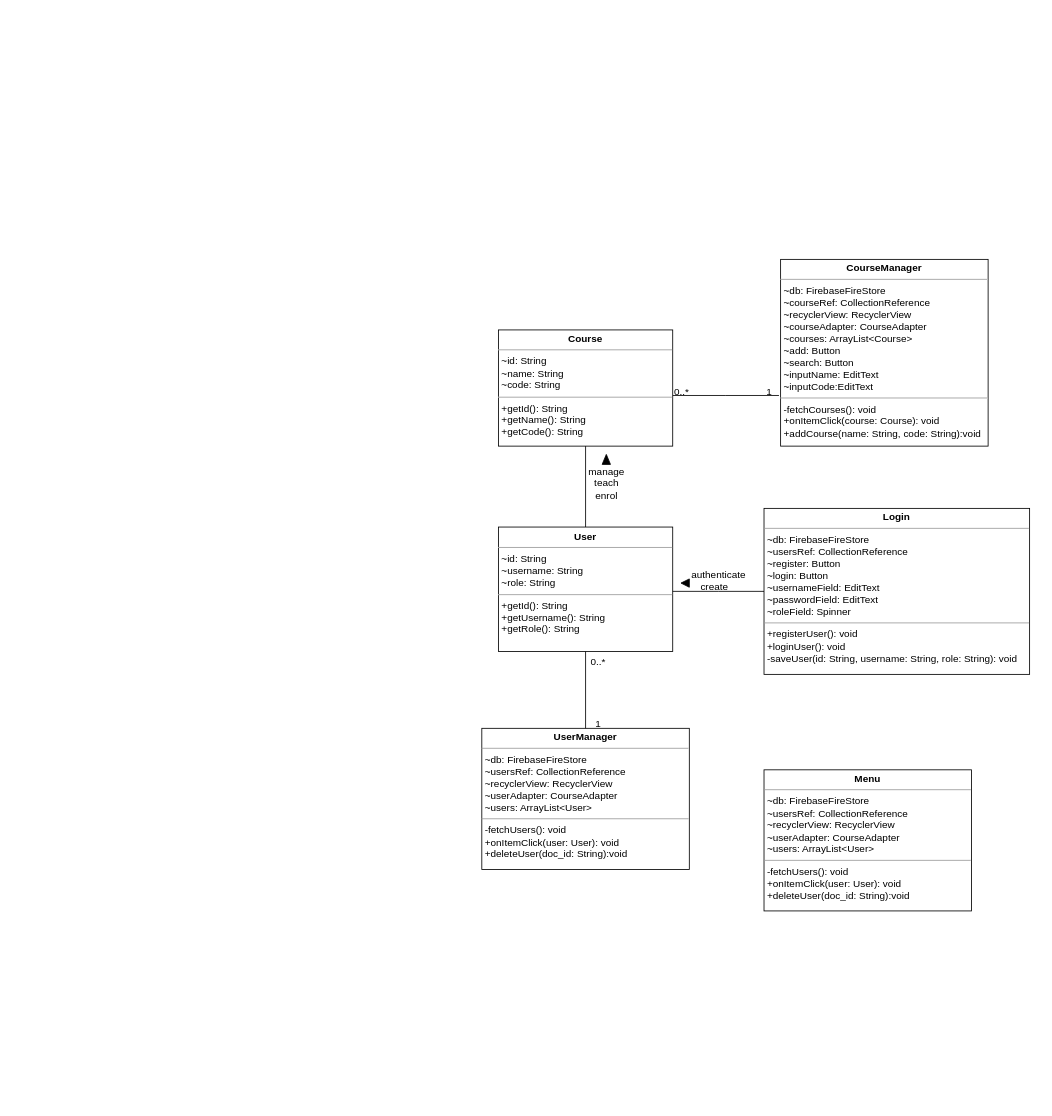
Above: UML_diagram.drawio in Lilydahamna/SEG3103_project (draw.io), before the change. Source tidied: cells renumbered, new cells numbered last; positions are measured from the earlier drawing's top-left corner, leaving out a move shared by most shapes. Both pictures are drawn from the tidied source at 83%, with x=0, y=0 at pixel (481, 259).
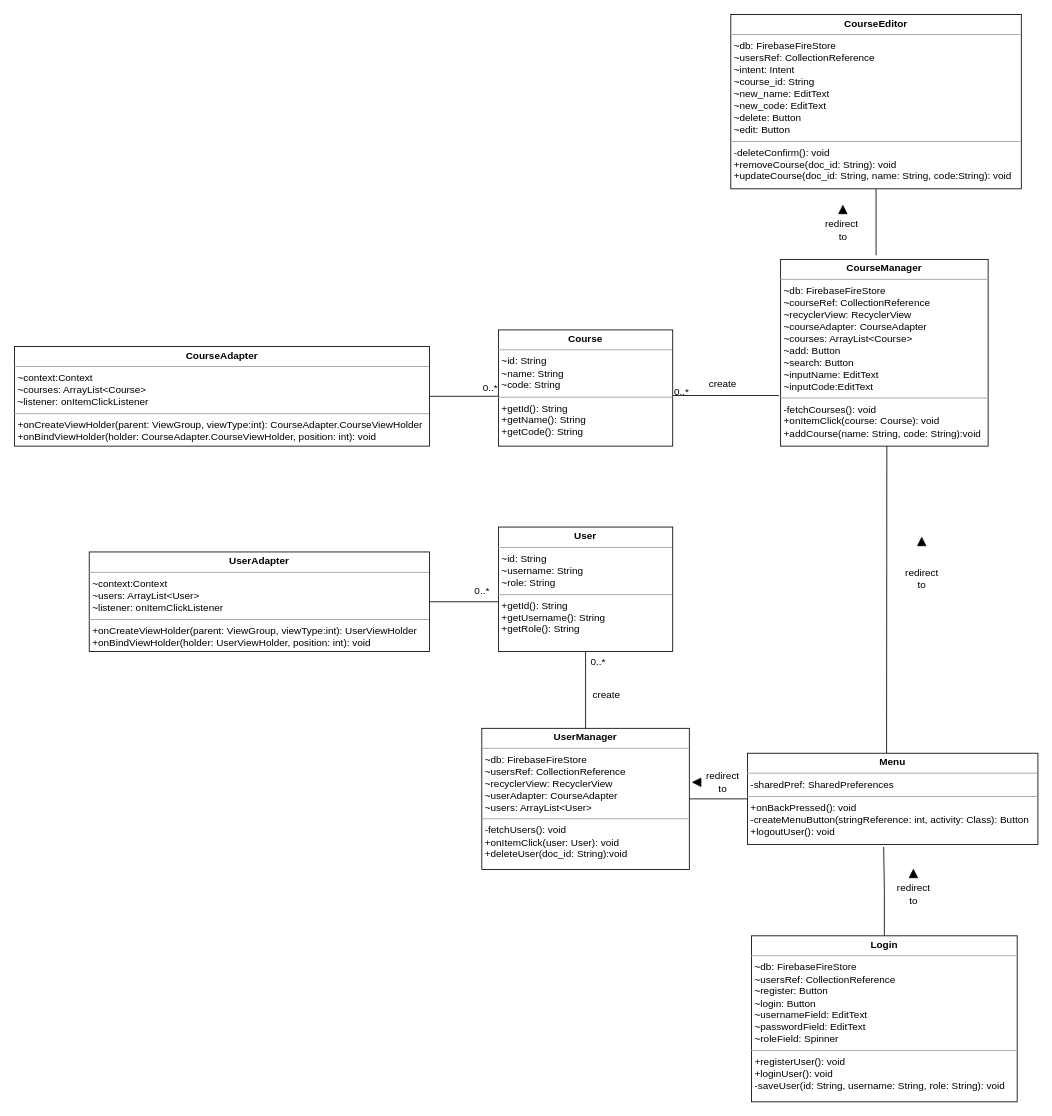
Above is the later version.

Commit message:
uml diagram modifications

Unchanged cells that the change refers to:
```xml
<mxCell id="2" style="endArrow=none;shadow=0;strokeWidth=1;rounded=0;endFill=0;edgeStyle=elbowEdgeStyle;elbow=vertical;strokeColor=default;" parent="1" edge="1">
  <mxGeometry x="0.5" y="41" relative="1" as="geometry">
    <mxPoint x="230" y="164" as="sourcePoint" />
    <mxPoint x="358" y="164" as="targetPoint" />
    <mxPoint x="-40" y="32" as="offset" />
  </mxGeometry>
</mxCell>
<mxCell id="5" value="&lt;p style=&quot;margin:0px;margin-top:4px;text-align:center;&quot;&gt;&lt;b&gt;Course&lt;/b&gt;&lt;/p&gt;&lt;hr size=&quot;1&quot;&gt;&lt;p style=&quot;margin:0px;margin-left:4px;&quot;&gt;~id: String&lt;/p&gt;&lt;p style=&quot;margin:0px;margin-left:4px;&quot;&gt;&lt;span style=&quot;background-color: initial;&quot;&gt;~name: String&lt;/span&gt;&lt;/p&gt;&lt;p style=&quot;margin:0px;margin-left:4px;&quot;&gt;&lt;span style=&quot;background-color: initial;&quot;&gt;~code: String&amp;nbsp;&lt;/span&gt;&lt;/p&gt;&lt;hr size=&quot;1&quot;&gt;&lt;p style=&quot;margin:0px;margin-left:4px;&quot;&gt;+getId(): String&lt;/p&gt;&lt;p style=&quot;margin:0px;margin-left:4px;&quot;&gt;+getName(): String&lt;/p&gt;&lt;p style=&quot;margin:0px;margin-left:4px;&quot;&gt;+getCode(): String&lt;/p&gt;&lt;p style=&quot;margin:0px;margin-left:4px;&quot;&gt;&lt;br&gt;&lt;/p&gt;&lt;p style=&quot;margin:0px;margin-left:4px;&quot;&gt;&lt;br&gt;&lt;/p&gt;" style="verticalAlign=top;align=left;overflow=fill;fontSize=12;fontFamily=Helvetica;html=1;" parent="1" vertex="1">
  <mxGeometry x="20" y="85" width="210" height="140" as="geometry" />
</mxCell>
<mxCell id="7" value="&lt;p style=&quot;margin:0px;margin-top:4px;text-align:center;&quot;&gt;&lt;b&gt;User&lt;/b&gt;&lt;/p&gt;&lt;hr size=&quot;1&quot;&gt;&lt;p style=&quot;margin:0px;margin-left:4px;&quot;&gt;~id: String&lt;/p&gt;&lt;p style=&quot;margin:0px;margin-left:4px;&quot;&gt;&lt;span style=&quot;background-color: initial;&quot;&gt;~username: String&lt;/span&gt;&lt;/p&gt;&lt;p style=&quot;margin:0px;margin-left:4px;&quot;&gt;&lt;span style=&quot;background-color: initial;&quot;&gt;~role: String&amp;nbsp;&lt;/span&gt;&lt;/p&gt;&lt;hr size=&quot;1&quot;&gt;&lt;p style=&quot;margin:0px;margin-left:4px;&quot;&gt;+getId(): String&lt;/p&gt;&lt;p style=&quot;margin:0px;margin-left:4px;&quot;&gt;+getUsername(): String&lt;/p&gt;&lt;p style=&quot;margin:0px;margin-left:4px;&quot;&gt;+getRole(): String&lt;/p&gt;&lt;p style=&quot;margin:0px;margin-left:4px;&quot;&gt;&lt;br&gt;&lt;/p&gt;&lt;p style=&quot;margin:0px;margin-left:4px;&quot;&gt;&lt;br&gt;&lt;/p&gt;" style="verticalAlign=top;align=left;overflow=fill;fontSize=12;fontFamily=Helvetica;html=1;" parent="1" vertex="1">
  <mxGeometry x="20" y="322.5" width="210" height="150" as="geometry" />
</mxCell>
<mxCell id="9" value="&lt;p style=&quot;margin:0px;margin-top:4px;text-align:center;&quot;&gt;&lt;b&gt;UserManager&lt;/b&gt;&lt;/p&gt;&lt;hr size=&quot;1&quot;&gt;&lt;p style=&quot;margin:0px;margin-left:4px;&quot;&gt;~db: FirebaseFireStore&lt;/p&gt;&lt;p style=&quot;margin:0px;margin-left:4px;&quot;&gt;~usersRef: CollectionReference&lt;/p&gt;&lt;p style=&quot;margin:0px;margin-left:4px;&quot;&gt;~recyclerView: RecyclerView&lt;/p&gt;&lt;p style=&quot;margin:0px;margin-left:4px;&quot;&gt;~userAdapter: CourseAdapter&lt;/p&gt;&lt;p style=&quot;margin:0px;margin-left:4px;&quot;&gt;~users: ArrayList&amp;lt;User&amp;gt;&lt;/p&gt;&lt;hr size=&quot;1&quot;&gt;&lt;p style=&quot;margin:0px;margin-left:4px;&quot;&gt;-fetchUsers(): void&lt;/p&gt;&lt;p style=&quot;margin:0px;margin-left:4px;&quot;&gt;+onItemClick(user: User): void&lt;/p&gt;&lt;p style=&quot;margin:0px;margin-left:4px;&quot;&gt;+deleteUser(doc_id: String):void&lt;/p&gt;" style="verticalAlign=top;align=left;overflow=fill;fontSize=12;fontFamily=Helvetica;html=1;" parent="1" vertex="1">
  <mxGeometry y="565" width="250" height="170" as="geometry" />
</mxCell>
```

What changed in the source:
```diff
@@
-    <mxCell id="4" value="1" style="align=right;verticalAlign=bottom;labelBackgroundColor=none;fontSize=12;" parent="2" vertex="1">
+    <mxCell id="4" style="align=right;verticalAlign=bottom;labelBackgroundColor=none;fontSize=12;" parent="2" vertex="1">
       <mxGeometry x="1" relative="1" as="geometry">
         <mxPoint x="-7" y="4" as="offset" />
       </mxGeometry>
     </mxCell>
@@
-    <mxCell id="6" style="edgeStyle=orthogonalEdgeStyle;rounded=0;jettySize=auto;html=1;entryX=0.5;entryY=1;entryDx=0;entryDy=0;endArrow=none;endFill=0;" parent="1" edge="1" source="7" target="5">
-      <mxGeometry relative="1" as="geometry" />
-    </mxCell>
@@
-    <mxCell id="12" value="1" style="text;html=1;align=center;verticalAlign=middle;strokeColor=none;fillColor=none;" parent="1" vertex="1">
-      <mxGeometry x="125" y="545" width="30" height="30" as="geometry" />
-    </mxCell>
-    <mxCell id="13" style="edgeStyle=orthogonalEdgeStyle;rounded=0;jettySize=auto;html=1;endArrow=none;endFill=0;" parent="1" edge="1" source="14">
-      <mxGeometry relative="1" as="geometry">
-        <mxPoint x="230" y="400" as="targetPoint" />
-      </mxGeometry>
-    </mxCell>
+    <mxCell id="18" style="endArrow=classic;html=1;rounded=0;strokeColor=none;" parent="1" edge="1">
+      <mxGeometry relative="1" as="geometry">
+        <mxPoint x="290" y="315" as="sourcePoint" />
+        <mxPoint x="290" y="235" as="targetPoint" />
+      </mxGeometry>
+    </mxCell>
+    <mxCell id="22" style="edgeStyle=orthogonalEdgeStyle;rounded=0;jettySize=auto;html=1;entryX=1;entryY=0.5;entryDx=0;entryDy=0;strokeColor=#000000;endArrow=none;endFill=0;" parent="1" edge="1" source="21" target="9">
+      <mxGeometry relative="1" as="geometry" />
+    </mxCell>
+    <mxCell id="21" value="&lt;p style=&quot;margin:0px;margin-top:4px;text-align:center;&quot;&gt;&lt;b&gt;Menu&lt;/b&gt;&lt;/p&gt;&lt;hr size=&quot;1&quot;&gt;&lt;p style=&quot;margin:0px;margin-left:4px;&quot;&gt;-sharedPref: SharedPreferences&lt;/p&gt;&lt;hr size=&quot;1&quot;&gt;&lt;p style=&quot;margin:0px;margin-left:4px;&quot;&gt;+onBackPressed(): void&lt;/p&gt;&lt;p style=&quot;margin:0px;margin-left:4px;&quot;&gt;-createMenuButton(stringReference: int, activity: Class): Button&lt;/p&gt;&lt;p style=&quot;margin:0px;margin-left:4px;&quot;&gt;+logoutUser(): void&lt;/p&gt;" style="verticalAlign=top;align=left;overflow=fill;fontSize=12;fontFamily=Helvetica;html=1;" parent="1" vertex="1">
+      <mxGeometry x="320" y="595" width="350" height="110" as="geometry" />
+    </mxCell>
+    <mxCell id="23" value="redirect&lt;br&gt;to" style="text;html=1;align=center;verticalAlign=middle;strokeColor=none;fillColor=none;" parent="1" vertex="1">
+      <mxGeometry x="260" y="610" width="60" height="40" as="geometry" />
+    </mxCell>
+    <mxCell id="24" style="triangle;whiteSpace=wrap;html=1;direction=west;fillColor=#000000;" parent="1" vertex="1">
+      <mxGeometry x="254" y="625" width="10" height="10" as="geometry" />
+    </mxCell>
+    <mxCell id="25" style="edgeStyle=orthogonalEdgeStyle;rounded=0;jettySize=auto;html=1;strokeColor=#000000;endArrow=none;endFill=0;" parent="1" edge="1" source="26">
+      <mxGeometry relative="1" as="geometry">
+        <mxPoint x="475" y="-5" as="targetPoint" />
+      </mxGeometry>
+    </mxCell>
+    <mxCell id="26" value="&lt;p style=&quot;margin:0px;margin-top:4px;text-align:center;&quot;&gt;&lt;b&gt;CourseEditor&lt;/b&gt;&lt;/p&gt;&lt;hr size=&quot;1&quot;&gt;&lt;p style=&quot;margin:0px;margin-left:4px;&quot;&gt;~db: FirebaseFireStore&lt;/p&gt;&lt;p style=&quot;margin:0px;margin-left:4px;&quot;&gt;~usersRef: CollectionReference&lt;/p&gt;&lt;p style=&quot;margin:0px;margin-left:4px;&quot;&gt;~intent: Intent&lt;/p&gt;&lt;p style=&quot;margin:0px;margin-left:4px;&quot;&gt;~course_id: String&lt;/p&gt;&lt;p style=&quot;margin:0px;margin-left:4px;&quot;&gt;~new_name: EditText&lt;/p&gt;&lt;p style=&quot;margin:0px;margin-left:4px;&quot;&gt;~new_code: EditText&lt;/p&gt;&lt;p style=&quot;margin:0px;margin-left:4px;&quot;&gt;~delete: Button&lt;/p&gt;&lt;p style=&quot;margin:0px;margin-left:4px;&quot;&gt;~edit: Button&lt;/p&gt;&lt;hr size=&quot;1&quot;&gt;&lt;p style=&quot;margin:0px;margin-left:4px;&quot;&gt;-deleteConfirm(): void&lt;/p&gt;&lt;p style=&quot;margin:0px;margin-left:4px;&quot;&gt;+removeCourse(doc_id: String): void&lt;/p&gt;&lt;p style=&quot;margin:0px;margin-left:4px;&quot;&gt;+updateCourse(doc_id: String, name: String, code:String): void&lt;/p&gt;" style="verticalAlign=top;align=left;overflow=fill;fontSize=12;fontFamily=Helvetica;html=1;" parent="1" vertex="1">
+      <mxGeometry x="300" y="-295" width="350" height="210" as="geometry" />
+    </mxCell>
+    <mxCell id="27" style="edgeStyle=orthogonalEdgeStyle;rounded=0;jettySize=auto;html=1;entryX=0;entryY=0.571;entryDx=0;entryDy=0;entryPerimeter=0;strokeColor=#000000;endArrow=none;endFill=0;" parent="1" edge="1" source="28" target="5">
+      <mxGeometry relative="1" as="geometry" />
+    </mxCell>
+    <mxCell id="28" value="&lt;p style=&quot;margin:0px;margin-top:4px;text-align:center;&quot;&gt;&lt;b&gt;CourseAdapter&lt;/b&gt;&lt;/p&gt;&lt;hr size=&quot;1&quot;&gt;&lt;p style=&quot;margin:0px;margin-left:4px;&quot;&gt;~context:Context&lt;/p&gt;&lt;p style=&quot;margin:0px;margin-left:4px;&quot;&gt;~courses: ArrayList&amp;lt;Course&amp;gt;&lt;/p&gt;&lt;p style=&quot;margin:0px;margin-left:4px;&quot;&gt;~listener: onItemClickListener&lt;/p&gt;&lt;hr size=&quot;1&quot;&gt;&lt;p style=&quot;margin:0px;margin-left:4px;&quot;&gt;+onCreateViewHolder(parent: ViewGroup, viewType:int): CourseAdapter.CourseViewHolder&lt;/p&gt;&lt;p style=&quot;margin:0px;margin-left:4px;&quot;&gt;+onBindViewHolder(holder: CourseAdapter.CourseViewHolder, position: int): void&lt;/p&gt;" style="verticalAlign=top;align=left;overflow=fill;fontSize=12;fontFamily=Helvetica;html=1;" parent="1" vertex="1">
+      <mxGeometry x="-563" y="105" width="500" height="120" as="geometry" />
+    </mxCell>
+    <mxCell id="29" style="edgeStyle=orthogonalEdgeStyle;rounded=0;jettySize=auto;html=1;entryX=0;entryY=0.6;entryDx=0;entryDy=0;entryPerimeter=0;strokeColor=#000000;endArrow=none;endFill=0;" parent="1" edge="1" source="30" target="7">
+      <mxGeometry relative="1" as="geometry" />
+    </mxCell>
+    <mxCell id="30" value="&lt;p style=&quot;margin:0px;margin-top:4px;text-align:center;&quot;&gt;&lt;b&gt;UserAdapter&lt;/b&gt;&lt;/p&gt;&lt;hr size=&quot;1&quot;&gt;&lt;p style=&quot;margin:0px;margin-left:4px;&quot;&gt;~context:Context&lt;/p&gt;&lt;p style=&quot;margin:0px;margin-left:4px;&quot;&gt;~users: ArrayList&amp;lt;User&amp;gt;&lt;/p&gt;&lt;p style=&quot;margin:0px;margin-left:4px;&quot;&gt;~listener: onItemClickListener&lt;/p&gt;&lt;hr size=&quot;1&quot;&gt;&lt;p style=&quot;margin:0px;margin-left:4px;&quot;&gt;+onCreateViewHolder(parent: ViewGroup, viewType:int): UserViewHolder&lt;/p&gt;&lt;p style=&quot;margin:0px;margin-left:4px;&quot;&gt;+onBindViewHolder(holder: UserViewHolder, position: int): void&lt;/p&gt;" style="verticalAlign=top;align=left;overflow=fill;fontSize=12;fontFamily=Helvetica;html=1;" parent="1" vertex="1">
+      <mxGeometry x="-473" y="352.5" width="410" height="120" as="geometry" />
+    </mxCell>
+    <mxCell id="31" value="redirect&amp;nbsp;&lt;br&gt;to" style="text;html=1;align=center;verticalAlign=middle;strokeColor=none;fillColor=none;" parent="1" vertex="1">
+      <mxGeometry x="400" y="-55" width="70" height="40" as="geometry" />
+    </mxCell>
+    <mxCell id="32" style="triangle;whiteSpace=wrap;html=1;direction=north;fillColor=#000000;" parent="1" vertex="1">
+      <mxGeometry x="430" y="-65" width="10" height="10" as="geometry" />
+    </mxCell>
+    <mxCell id="33" style="edgeStyle=orthogonalEdgeStyle;rounded=0;jettySize=auto;html=1;entryX=0.469;entryY=1.026;entryDx=0;entryDy=0;entryPerimeter=0;strokeColor=#000000;endArrow=none;endFill=0;" parent="1" edge="1" source="14" target="21">
+      <mxGeometry relative="1" as="geometry" />
+    </mxCell>
     <mxCell id="14" value="&lt;p style=&quot;margin:0px;margin-top:4px;text-align:center;&quot;&gt;&lt;b&gt;Login&lt;/b&gt;&lt;/p&gt;&lt;hr size=&quot;1&quot;&gt;&lt;p style=&quot;margin: 0px 0px 0px 4px;&quot;&gt;~db: FirebaseFireStore&lt;/p&gt;&lt;p style=&quot;margin: 0px 0px 0px 4px;&quot;&gt;~usersRef: CollectionReference&lt;/p&gt;&lt;p style=&quot;margin: 0px 0px 0px 4px;&quot;&gt;~register: Button&lt;/p&gt;&lt;p style=&quot;margin: 0px 0px 0px 4px;&quot;&gt;~login: Button&lt;/p&gt;&lt;p style=&quot;margin: 0px 0px 0px 4px;&quot;&gt;~usernameField: EditText&lt;/p&gt;&lt;p style=&quot;margin: 0px 0px 0px 4px;&quot;&gt;~passwordField: EditText&lt;/p&gt;&lt;p style=&quot;margin: 0px 0px 0px 4px;&quot;&gt;~roleField: Spinner&lt;/p&gt;&lt;hr size=&quot;1&quot;&gt;&lt;p style=&quot;margin:0px;margin-left:4px;&quot;&gt;+registerUser(): void&lt;/p&gt;&lt;p style=&quot;margin:0px;margin-left:4px;&quot;&gt;+loginUser(): void&lt;/p&gt;&lt;p style=&quot;margin:0px;margin-left:4px;&quot;&gt;-saveUser(id: String, username: String, role: String): void&lt;/p&gt;&lt;p style=&quot;margin:0px;margin-left:4px;&quot;&gt;&lt;br&gt;&lt;/p&gt;&lt;p style=&quot;margin:0px;margin-left:4px;&quot;&gt;&lt;br&gt;&lt;/p&gt;" style="verticalAlign=top;align=left;overflow=fill;fontSize=12;fontFamily=Helvetica;html=1;" parent="1" vertex="1">
-      <mxGeometry x="340" y="300" width="320" height="200" as="geometry" />
+      <mxGeometry x="325" y="815" width="320" height="200" as="geometry" />
     </mxCell>
-    <mxCell id="15" value="create" style="text;html=1;align=center;verticalAlign=middle;strokeColor=none;fillColor=none;" parent="1" vertex="1">
-      <mxGeometry x="250" y="380" width="60" height="30" as="geometry" />
-    </mxCell>
-    <mxCell id="16" value="authenticate" style="text;html=1;align=center;verticalAlign=middle;strokeColor=none;fillColor=none;" parent="1" vertex="1">
-      <mxGeometry x="240" y="365" width="90" height="30" as="geometry" />
-    </mxCell>
-    <mxCell id="17" value="manage&lt;br&gt;teach&lt;br&gt;enrol" style="text;html=1;align=center;verticalAlign=middle;strokeColor=none;fillColor=none;" parent="1" vertex="1">
-      <mxGeometry x="115" y="240" width="70" height="60" as="geometry" />
-    </mxCell>
-    <mxCell id="18" style="endArrow=classic;html=1;rounded=0;strokeColor=none;" parent="1" edge="1">
-      <mxGeometry relative="1" as="geometry">
-        <mxPoint x="290" y="315" as="sourcePoint" />
-        <mxPoint x="290" y="235" as="targetPoint" />
-      </mxGeometry>
-    </mxCell>
-    <mxCell id="19" style="triangle;whiteSpace=wrap;html=1;direction=north;fillColor=#000000;" parent="1" vertex="1">
-      <mxGeometry x="145" y="235" width="10" height="12" as="geometry" />
-    </mxCell>
-    <mxCell id="20" style="triangle;whiteSpace=wrap;html=1;direction=west;fillColor=#000000;" parent="1" vertex="1">
-      <mxGeometry x="240" y="385" width="10" height="10" as="geometry" />
-    </mxCell>
-    <mxCell id="21" value="&lt;p style=&quot;margin:0px;margin-top:4px;text-align:center;&quot;&gt;&lt;b&gt;Menu&lt;/b&gt;&lt;/p&gt;&lt;hr size=&quot;1&quot;&gt;&lt;p style=&quot;margin:0px;margin-left:4px;&quot;&gt;~db: FirebaseFireStore&lt;/p&gt;&lt;p style=&quot;margin:0px;margin-left:4px;&quot;&gt;~usersRef: CollectionReference&lt;/p&gt;&lt;p style=&quot;margin:0px;margin-left:4px;&quot;&gt;~recyclerView: RecyclerView&lt;/p&gt;&lt;p style=&quot;margin:0px;margin-left:4px;&quot;&gt;~userAdapter: CourseAdapter&lt;/p&gt;&lt;p style=&quot;margin:0px;margin-left:4px;&quot;&gt;~users: ArrayList&amp;lt;User&amp;gt;&lt;/p&gt;&lt;hr size=&quot;1&quot;&gt;&lt;p style=&quot;margin:0px;margin-left:4px;&quot;&gt;-fetchUsers(): void&lt;/p&gt;&lt;p style=&quot;margin:0px;margin-left:4px;&quot;&gt;+onItemClick(user: User): void&lt;/p&gt;&lt;p style=&quot;margin:0px;margin-left:4px;&quot;&gt;+deleteUser(doc_id: String):void&lt;/p&gt;" style="verticalAlign=top;align=left;overflow=fill;fontSize=12;fontFamily=Helvetica;html=1;" parent="1" vertex="1">
-      <mxGeometry x="340" y="615" width="250" height="170" as="geometry" />
-    </mxCell>
+    <mxCell id="34" value="redirect&lt;br&gt;to" style="text;html=1;align=center;verticalAlign=middle;strokeColor=none;fillColor=none;" parent="1" vertex="1">
+      <mxGeometry x="490" y="745" width="60" height="40" as="geometry" />
+    </mxCell>
+    <mxCell id="35" style="triangle;whiteSpace=wrap;html=1;direction=north;fillColor=#000000;" parent="1" vertex="1">
+      <mxGeometry x="515" y="735" width="10" height="10" as="geometry" />
+    </mxCell>
+    <mxCell id="36" value="redirect&lt;br&gt;to" style="text;html=1;align=center;verticalAlign=middle;strokeColor=none;fillColor=none;" parent="1" vertex="1">
+      <mxGeometry x="500" y="365" width="60" height="40" as="geometry" />
+    </mxCell>
+    <mxCell id="37" style="triangle;whiteSpace=wrap;html=1;direction=north;fillColor=#000000;" parent="1" vertex="1">
+      <mxGeometry x="525" y="335" width="10" height="10" as="geometry" />
+    </mxCell>
+    <mxCell id="38" value="create" style="text;html=1;align=center;verticalAlign=middle;strokeColor=none;fillColor=none;" parent="1" vertex="1">
+      <mxGeometry x="260" y="135" width="60" height="30" as="geometry" />
+    </mxCell>
+    <mxCell id="39" value="create" style="text;html=1;align=center;verticalAlign=middle;strokeColor=none;fillColor=none;" parent="1" vertex="1">
+      <mxGeometry x="120" y="510" width="60" height="30" as="geometry" />
+    </mxCell>
+    <mxCell id="40" style="endArrow=none;html=1;rounded=0;strokeColor=#000000;exitX=0.479;exitY=0;exitDx=0;exitDy=0;exitPerimeter=0;" parent="1" edge="1" source="21">
+      <mxGeometry relative="1" as="geometry">
+        <mxPoint x="488" y="225" as="targetPoint" />
+      </mxGeometry>
+    </mxCell>
+    <mxCell id="41" value="0..*" style="text;html=1;align=center;verticalAlign=middle;strokeColor=none;fillColor=none;" parent="1" vertex="1">
+      <mxGeometry x="-10" y="140" width="40" height="30" as="geometry" />
+    </mxCell>
+    <mxCell id="42" value="0..*" style="text;html=1;align=center;verticalAlign=middle;strokeColor=none;fillColor=none;" parent="1" vertex="1">
+      <mxGeometry x="-20" y="385" width="40" height="30" as="geometry" />
+    </mxCell>
```
